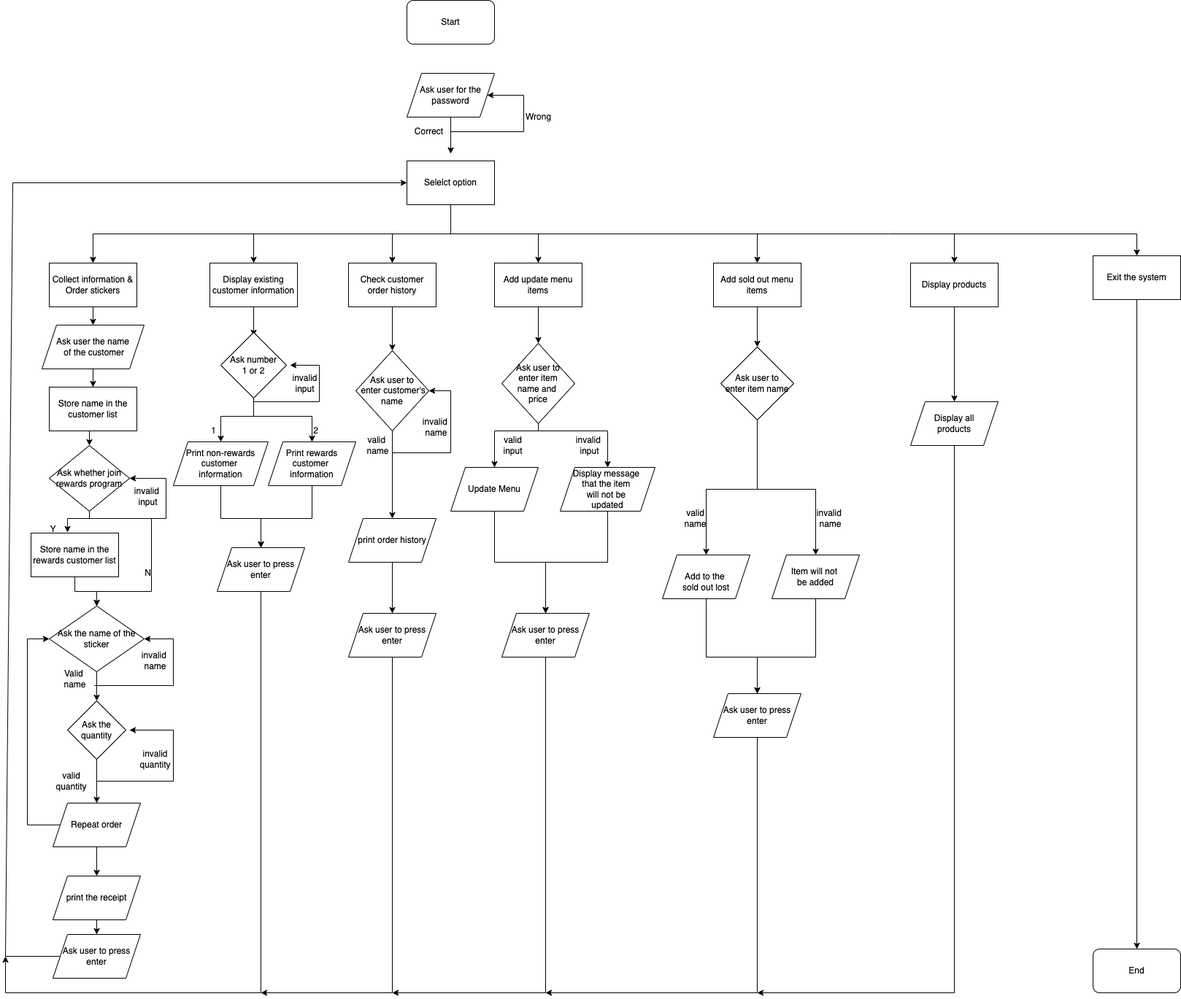
The draw.io diagram docs/Flowchart.png in Chengqunniu/T1A3, before a commit. Source tidied: cells renumbered, new cells last; positions are measured from the earlier drawing's top-left corner, leaving out a move shared by most shapes.
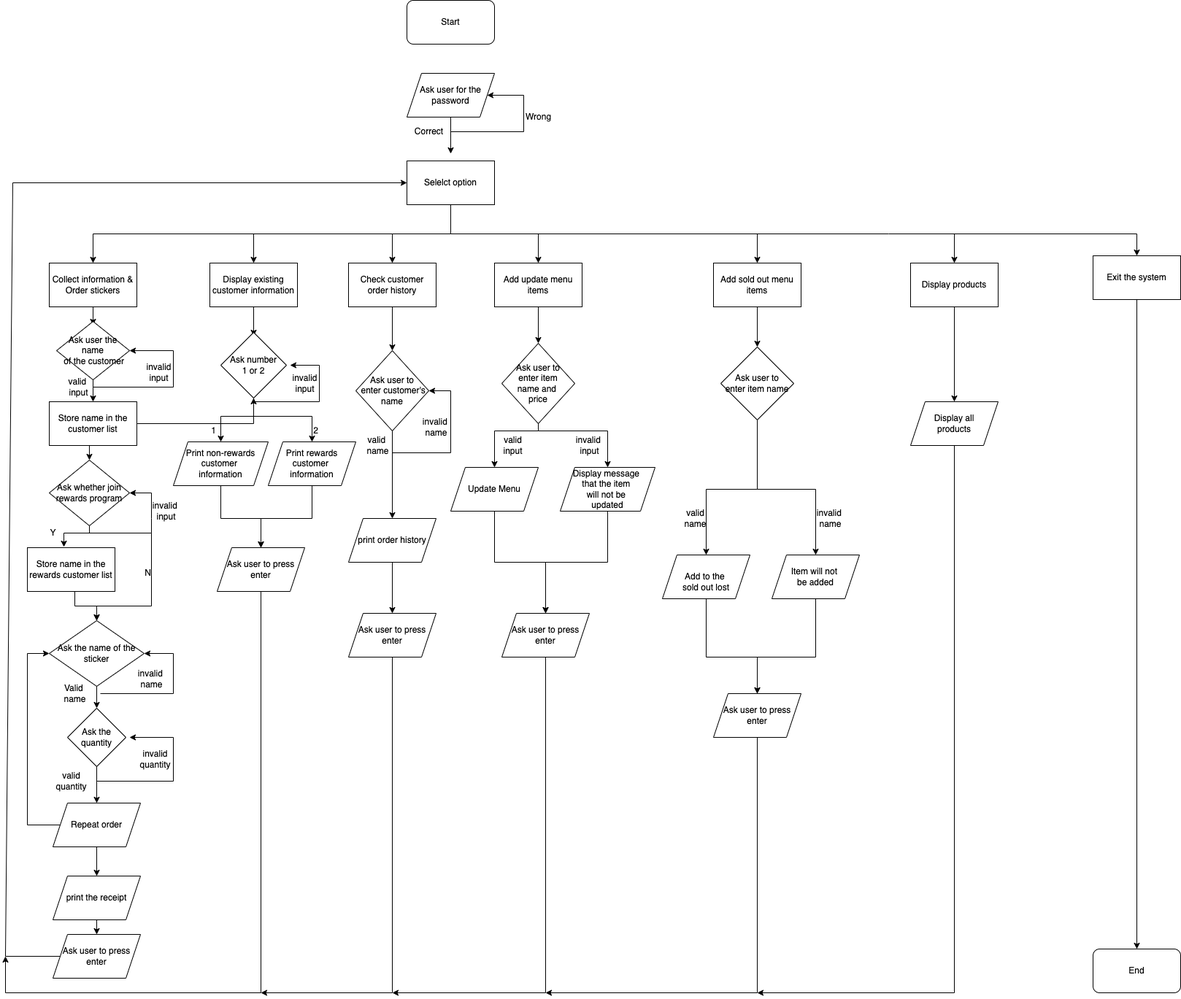
Above is the later version.

Diff of the diagram source:
```diff
@@ -97,47 +97,47 @@
         <mxPoint x="1300" y="320" as="sourcePoint" />
       </mxGeometry>
     </mxCell>
-    <mxCell id="23" value="Ask user the name&lt;br&gt;&amp;nbsp;of the customer" style="shape=parallelogram;perimeter=parallelogramPerimeter;whiteSpace=wrap;html=1;fixedSize=1;" parent="1" vertex="1">
-      <mxGeometry x="50" y="445" width="140" height="60" as="geometry" />
-    </mxCell>
-    <mxCell id="24" style="endArrow=classic;html=1;rounded=0;exitX=0.5;exitY=1;exitDx=0;exitDy=0;entryX=0.5;entryY=0;entryDx=0;entryDy=0;" parent="1" edge="1" source="9" target="23">
-      <mxGeometry relative="1" as="geometry" />
+    <mxCell id="24" style="endArrow=classic;html=1;rounded=0;exitX=0.5;exitY=1;exitDx=0;exitDy=0;entryX=0.5;entryY=0;entryDx=0;entryDy=0;" parent="1" edge="1" source="9">
+      <mxGeometry relative="1" as="geometry">
+        <mxPoint x="120" y="445" as="targetPoint" />
+      </mxGeometry>
     </mxCell>
+    <mxCell id="108" style="edgeStyle=orthogonalEdgeStyle;rounded=0;jettySize=auto;html=1;" parent="1" edge="1" source="25" target="104">
+      <mxGeometry relative="1" as="geometry" />
+    </mxCell>
     <mxCell id="25" value="Store name in the customer list" style="rounded=0;whiteSpace=wrap;html=1;" parent="1" vertex="1">
-      <mxGeometry x="60" y="530" width="120" height="60" as="geometry" />
+      <mxGeometry x="60" y="550" width="120" height="60" as="geometry" />
     </mxCell>
     <mxCell id="26" value="Store name in the rewards customer list" style="rounded=0;whiteSpace=wrap;html=1;" parent="1" vertex="1">
-      <mxGeometry x="35" y="730" width="120" height="60" as="geometry" />
+      <mxGeometry x="30" y="750" width="120" height="60" as="geometry" />
     </mxCell>
     <mxCell id="27" value="print the receipt" style="shape=parallelogram;perimeter=parallelogramPerimeter;whiteSpace=wrap;html=1;fixedSize=1;" parent="1" vertex="1">
       <mxGeometry x="65" y="1200" width="120" height="60" as="geometry" />
     </mxCell>
-    <mxCell id="28" style="endArrow=classic;html=1;rounded=0;exitX=0.5;exitY=1;exitDx=0;exitDy=0;" parent="1" edge="1">
-      <mxGeometry relative="1" as="geometry">
-        <mxPoint x="125" y="900" as="sourcePoint" />
-        <mxPoint x="125" y="960" as="targetPoint" />
-      </mxGeometry>
+    <mxCell id="28" style="endArrow=classic;html=1;rounded=0;exitX=1.1;exitY=0.075;exitDx=0;exitDy=0;startArrow=none;entryX=0.5;entryY=0;entryDx=0;entryDy=0;exitPerimeter=0;" parent="1" edge="1" source="31" target="103">
+      <mxGeometry relative="1" as="geometry" />
     </mxCell>
-    <mxCell id="29" style="endArrow=classic;html=1;rounded=0;exitX=1.04;exitY=0.725;exitDx=0;exitDy=0;exitPerimeter=0;entryX=1;entryY=0.5;entryDx=0;entryDy=0;" parent="1" edge="1" source="31" target="100">
+    <mxCell id="29" style="endArrow=classic;html=1;rounded=0;entryX=1;entryY=0.5;entryDx=0;entryDy=0;" parent="1" edge="1" target="100">
       <mxGeometry relative="1" as="geometry">
+        <mxPoint x="130" y="950" as="sourcePoint" />
         <Array as="points">
-          <mxPoint x="230" y="939" />
-          <mxPoint x="230" y="875" />
+          <mxPoint x="230" y="950" />
+          <mxPoint x="230" y="895" />
         </Array>
       </mxGeometry>
     </mxCell>
     <mxCell id="30" value="invalid &lt;br&gt;name" style="text;html=1;align=center;verticalAlign=middle;strokeColor=none;fillColor=none;" parent="1" vertex="1">
-      <mxGeometry x="175" y="885" width="60" height="40" as="geometry" />
+      <mxGeometry x="170" y="910" width="60" height="40" as="geometry" />
     </mxCell>
     <mxCell id="31" value="Valid &lt;br&gt;name" style="text;html=1;align=center;verticalAlign=middle;points=[];strokeColor=none;fillColor=none;" parent="1" vertex="1">
-      <mxGeometry x="70" y="910" width="50" height="40" as="geometry" />
+      <mxGeometry x="70" y="930" width="50" height="40" as="geometry" />
     </mxCell>
     <mxCell id="32" style="endArrow=classic;html=1;rounded=0;" parent="1" edge="1" source="34">
       <mxGeometry relative="1" as="geometry">
-        <mxPoint x="170" y="1000" as="targetPoint" />
+        <mxPoint x="170" y="1010" as="targetPoint" />
         <Array as="points">
           <mxPoint x="230" y="1070" />
-          <mxPoint x="230" y="1000" />
+          <mxPoint x="230" y="1010" />
         </Array>
       </mxGeometry>
     </mxCell>
@@ -148,10 +148,10 @@
       <mxGeometry x="55" y="1050" width="70" height="40" as="geometry" />
     </mxCell>
     <mxCell id="35" value="invalid&amp;nbsp;&lt;br&gt;input" style="text;html=1;align=center;verticalAlign=middle;strokeColor=none;fillColor=none;" parent="1" vertex="1">
-      <mxGeometry x="165" y="660" width="60" height="40" as="geometry" />
+      <mxGeometry x="190" y="680" width="60" height="40" as="geometry" />
     </mxCell>
     <mxCell id="36" value="Y" style="text;html=1;align=center;verticalAlign=middle;strokeColor=none;fillColor=none;" parent="1" vertex="1">
-      <mxGeometry x="50" y="710" width="30" height="30" as="geometry" />
+      <mxGeometry x="50" y="715" width="30" height="30" as="geometry" />
     </mxCell>
     <mxCell id="37" value="N" style="text;html=1;align=center;verticalAlign=middle;strokeColor=none;fillColor=none;" parent="1" vertex="1">
       <mxGeometry x="180" y="770" width="30" height="30" as="geometry" />
@@ -436,7 +436,7 @@
       <mxGeometry relative="1" as="geometry">
         <Array as="points">
           <mxPoint x="30" y="1130" />
-          <mxPoint x="30" y="875" />
+          <mxPoint x="30" y="895" />
         </Array>
       </mxGeometry>
     </mxCell>
@@ -445,63 +445,56 @@
         <mxPoint x="125" y="1030" as="sourcePoint" />
       </mxGeometry>
     </mxCell>
-    <mxCell id="94" style="endArrow=classic;html=1;rounded=0;exitX=0.5;exitY=1;exitDx=0;exitDy=0;entryX=0.5;entryY=0;entryDx=0;entryDy=0;" parent="1" edge="1" source="26">
+    <mxCell id="94" style="endArrow=classic;html=1;rounded=0;exitX=0.5;exitY=1;exitDx=0;exitDy=0;" parent="1" edge="1" source="26">
       <mxGeometry relative="1" as="geometry">
-        <mxPoint x="125" y="830" as="targetPoint" />
+        <mxPoint x="125" y="850" as="targetPoint" />
         <Array as="points">
           <mxPoint x="95" y="810" />
-          <mxPoint x="125" y="810" />
+          <mxPoint x="95" y="830" />
+          <mxPoint x="125" y="830" />
         </Array>
       </mxGeometry>
     </mxCell>
-    <mxCell id="95" style="endArrow=classic;html=1;rounded=0;exitX=0.5;exitY=1;exitDx=0;exitDy=0;entryX=0.417;entryY=-0.017;entryDx=0;entryDy=0;entryPerimeter=0;" parent="1" edge="1" target="26">
+    <mxCell id="95" style="endArrow=classic;html=1;rounded=0;exitX=0.5;exitY=1;exitDx=0;exitDy=0;entryX=0.417;entryY=-0.017;entryDx=0;entryDy=0;entryPerimeter=0;" parent="1" edge="1" source="102" target="26">
       <mxGeometry relative="1" as="geometry">
-        <mxPoint x="115" y="690" as="sourcePoint" />
         <Array as="points">
-          <mxPoint x="115" y="710" />
-          <mxPoint x="85" y="710" />
+          <mxPoint x="115" y="730" />
+          <mxPoint x="80" y="730" />
         </Array>
       </mxGeometry>
     </mxCell>
-    <mxCell id="96" style="endArrow=classic;html=1;rounded=0;entryX=0.5;entryY=0;entryDx=0;entryDy=0;" parent="1" edge="1">
+    <mxCell id="96" style="endArrow=classic;html=1;rounded=0;entryX=0.5;entryY=0;entryDx=0;entryDy=0;" parent="1" edge="1" target="100">
       <mxGeometry relative="1" as="geometry">
-        <mxPoint x="110" y="710" as="sourcePoint" />
-        <mxPoint x="125" y="830" as="targetPoint" />
+        <mxPoint x="110" y="730" as="sourcePoint" />
         <Array as="points">
-          <mxPoint x="200" y="710" />
-          <mxPoint x="200" y="810" />
-          <mxPoint x="125" y="810" />
+          <mxPoint x="200" y="730" />
+          <mxPoint x="200" y="830" />
+          <mxPoint x="125" y="830" />
         </Array>
       </mxGeometry>
     </mxCell>
     <mxCell id="97" style="endArrow=classic;html=1;rounded=0;entryX=1;entryY=0.5;entryDx=0;entryDy=0;" parent="1" edge="1" target="102">
       <mxGeometry relative="1" as="geometry">
-        <mxPoint x="200" y="710" as="sourcePoint" />
+        <mxPoint x="200" y="730" as="sourcePoint" />
         <Array as="points">
-          <mxPoint x="220" y="710" />
-          <mxPoint x="220" y="655" />
+          <mxPoint x="200" y="710" />
+          <mxPoint x="200" y="675" />
         </Array>
       </mxGeometry>
     </mxCell>
-    <mxCell id="98" style="endArrow=classic;html=1;rounded=0;exitX=0.5;exitY=1;exitDx=0;exitDy=0;entryX=0.5;entryY=0;entryDx=0;entryDy=0;" parent="1" edge="1" source="23" target="25">
-      <mxGeometry relative="1" as="geometry" />
+    <mxCell id="98" style="endArrow=classic;html=1;rounded=0;exitX=0.5;exitY=1;exitDx=0;exitDy=0;entryX=0.5;entryY=0;entryDx=0;entryDy=0;" parent="1" edge="1" target="25">
+      <mxGeometry relative="1" as="geometry">
+        <mxPoint x="120" y="505" as="sourcePoint" />
+      </mxGeometry>
     </mxCell>
     <mxCell id="99" style="endArrow=classic;html=1;rounded=0;exitX=0.458;exitY=1;exitDx=0;exitDy=0;exitPerimeter=0;entryX=0.5;entryY=0;entryDx=0;entryDy=0;" parent="1" edge="1" source="25" target="102">
       <mxGeometry relative="1" as="geometry" />
     </mxCell>
-    <mxCell id="100" value="Ask the name of the sticker" style="rhombus;whiteSpace=wrap;html=1;" parent="1" vertex="1">
-      <mxGeometry x="60" y="830" width="130" height="90" as="geometry" />
-    </mxCell>
-    <mxCell id="101" style="edgeStyle=orthogonalEdgeStyle;rounded=0;jettySize=auto;html=1;exitX=0.5;exitY=0;exitDx=0;exitDy=0;" parent="1" edge="1" source="102">
-      <mxGeometry relative="1" as="geometry">
-        <mxPoint x="115" y="610" as="targetPoint" />
-      </mxGeometry>
-    </mxCell>
     <mxCell id="102" value="Ask whether join&lt;br&gt;rewards program" style="rhombus;whiteSpace=wrap;html=1;" parent="1" vertex="1">
-      <mxGeometry x="60" y="610" width="110" height="90" as="geometry" />
+      <mxGeometry x="60" y="630" width="110" height="90" as="geometry" />
     </mxCell>
     <mxCell id="103" value="Ask the quantity" style="rhombus;whiteSpace=wrap;html=1;" parent="1" vertex="1">
-      <mxGeometry x="85" y="960" width="80" height="80" as="geometry" />
+      <mxGeometry x="85" y="970" width="80" height="80" as="geometry" />
     </mxCell>
     <mxCell id="104" value="Ask number&lt;br&gt;1 or 2" style="rhombus;whiteSpace=wrap;html=1;" parent="1" vertex="1">
       <mxGeometry x="295" y="455" width="90" height="90" as="geometry" />
@@ -515,5 +508,26 @@
     <mxCell id="107" value="Ask user to&lt;br&gt;enter item name" style="rhombus;whiteSpace=wrap;html=1;" parent="1" vertex="1">
       <mxGeometry x="980" y="475" width="100" height="100" as="geometry" />
     </mxCell>
+    <mxCell id="23" value="Ask user the name&lt;br&gt;&amp;nbsp;of the customer" style="rhombus;whiteSpace=wrap;html=1;" parent="1" vertex="1">
+      <mxGeometry x="70" y="440" width="100" height="80" as="geometry" />
+    </mxCell>
+    <mxCell id="100" value="Ask the name of the sticker" style="rhombus;whiteSpace=wrap;html=1;" parent="1" vertex="1">
+      <mxGeometry x="60" y="850" width="130" height="90" as="geometry" />
+    </mxCell>
+    <mxCell id="109" style="endArrow=classic;html=1;rounded=0;entryX=1;entryY=0.5;entryDx=0;entryDy=0;" parent="1" edge="1" target="23">
+      <mxGeometry relative="1" as="geometry">
+        <mxPoint x="120" y="530" as="sourcePoint" />
+        <Array as="points">
+          <mxPoint x="230" y="530" />
+          <mxPoint x="230" y="480" />
+        </Array>
+      </mxGeometry>
+    </mxCell>
+    <mxCell id="110" value="valid&amp;nbsp;&lt;br&gt;input" style="text;html=1;align=center;verticalAlign=middle;strokeColor=none;fillColor=none;" parent="1" vertex="1">
+      <mxGeometry x="75" y="510" width="50" height="40" as="geometry" />
+    </mxCell>
+    <mxCell id="111" value="invalid&lt;br&gt;input" style="text;html=1;align=center;verticalAlign=middle;strokeColor=none;fillColor=none;" parent="1" vertex="1">
+      <mxGeometry x="180" y="490" width="60" height="40" as="geometry" />
+    </mxCell>
   </root>
 </mxGraphModel>
```
